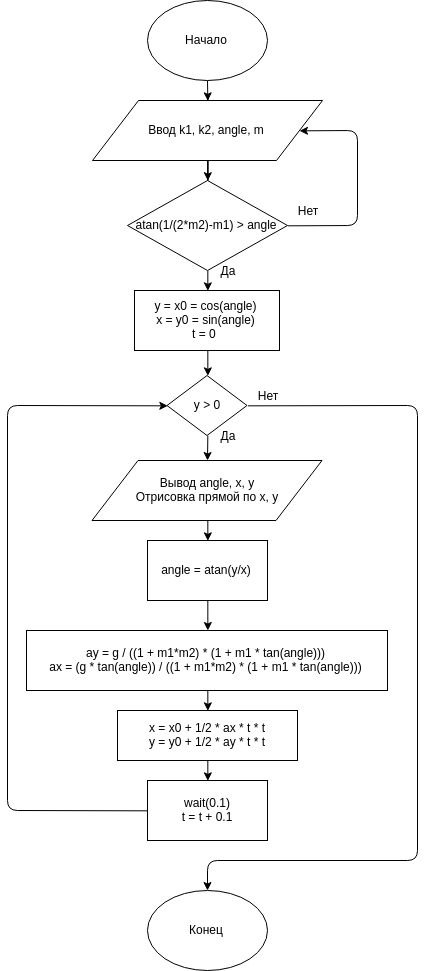
The draw.io diagram Diagram.png in vadim8960/Physical-visualization, before a commit. Source tidied: cells renumbered, new cells last; positions are measured from the earlier drawing's top-left corner, leaving out a move shared by most shapes.
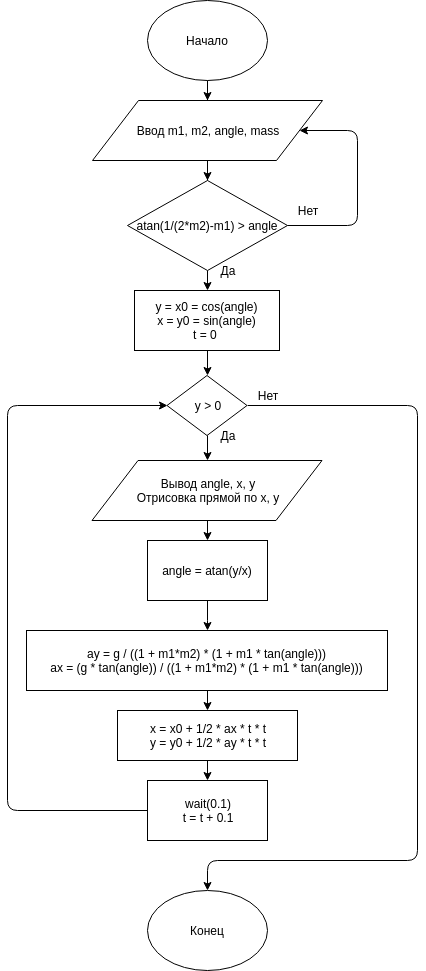
The same file after the commit.

Change to the diagram source:
```diff
@@ -11,7 +11,7 @@
     <mxCell id="4" style="edgeStyle=orthogonalEdgeStyle;rounded=0;jettySize=auto;html=1;" parent="1" edge="1" source="5" target="7">
       <mxGeometry relative="1" as="geometry" />
     </mxCell>
-    <mxCell id="5" value="Ввод k1, k2, angle, m" style="shape=parallelogram;perimeter=parallelogramPerimeter;whiteSpace=wrap;html=1;" parent="1" vertex="1">
+    <mxCell id="5" value="Ввод m1, m2, angle, mass" style="shape=parallelogram;perimeter=parallelogramPerimeter;whiteSpace=wrap;html=1;" parent="1" vertex="1">
       <mxGeometry x="85" y="100" width="230" height="60" as="geometry" />
     </mxCell>
     <mxCell id="6" style="edgeStyle=orthogonalEdgeStyle;rounded=0;jettySize=auto;html=1;exitX=0.5;exitY=1;exitDx=0;exitDy=0;entryX=0.5;entryY=0;entryDx=0;entryDy=0;" parent="1" edge="1" source="7" target="11">
```
